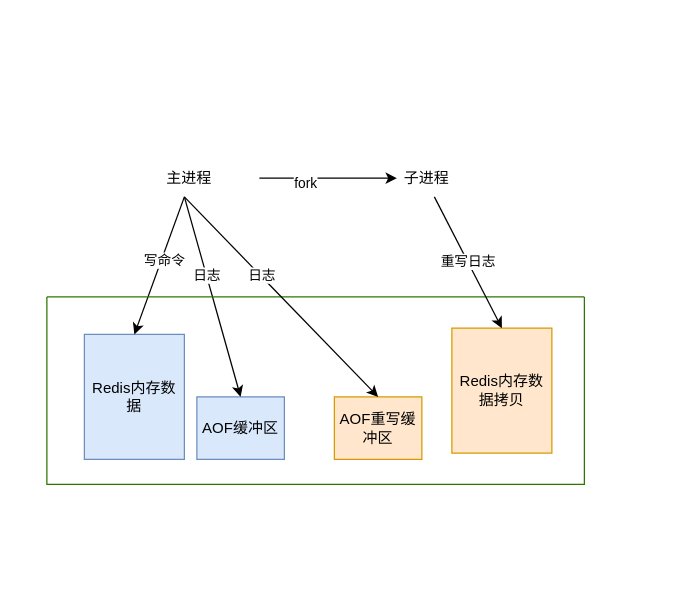
Above: 未命名绘图.drawio in gaofv/draw (draw.io), before the change. Source tidied: cells renumbered, new cells numbered last; positions are measured from the earlier drawing's top-left corner, leaving out a move shared by most shapes. Both pictures are drawn from the tidied source at 125%, with x=0, y=0 at pixel (46, 159).
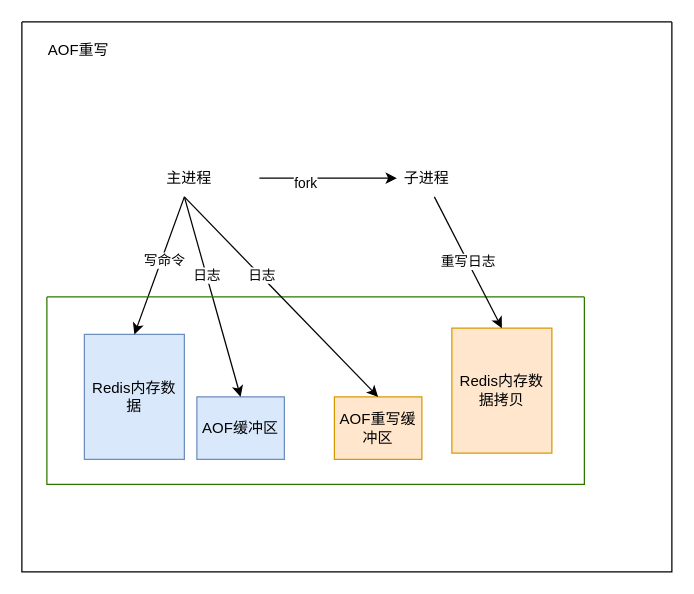
The same diagram, later.

What changed in the source:
```diff
@@
+    <mxCell id="18" style="swimlane;startSize=0;" parent="1" vertex="1">
+      <mxGeometry x="-20" y="-110" width="520" height="440" as="geometry" />
+    </mxCell>
+    <mxCell id="19" value="AOF重写" style="text;html=1;align=center;verticalAlign=middle;strokeColor=none;fillColor=none;" parent="18" vertex="1">
+      <mxGeometry x="10" y="8" width="70" height="30" as="geometry" />
+    </mxCell>
```
